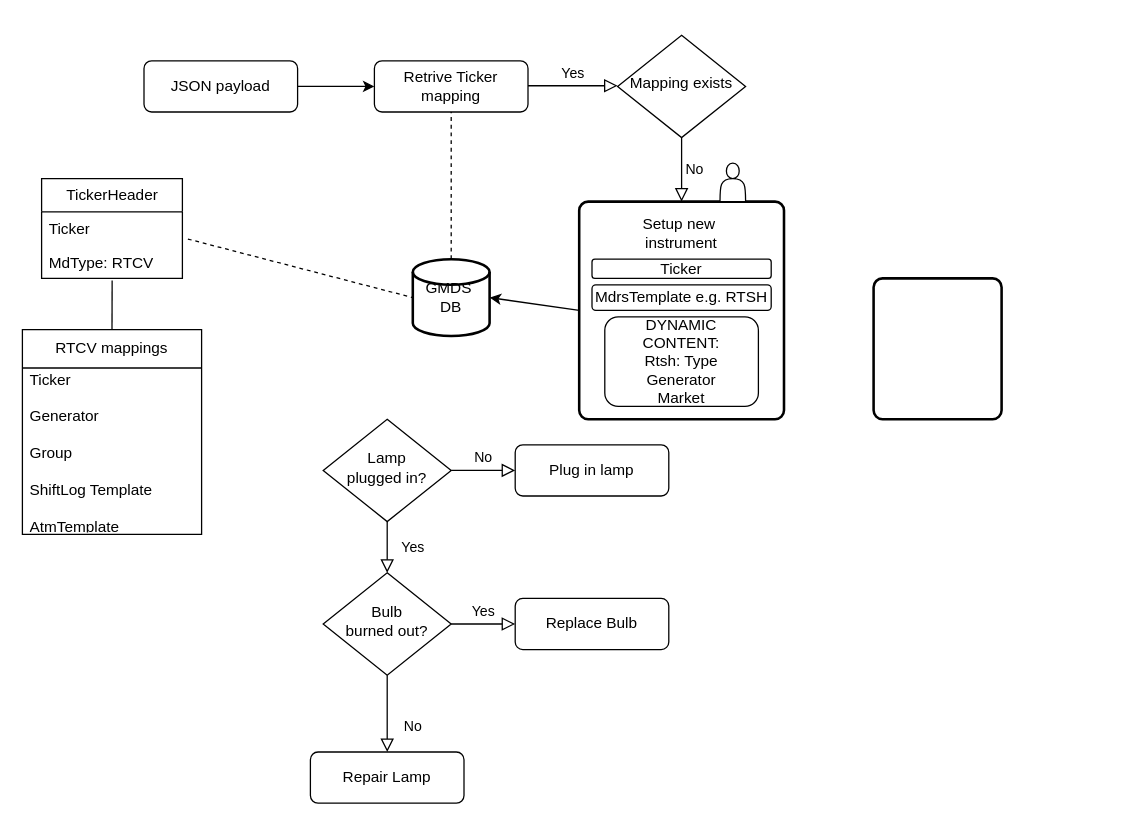
Earlier version of the draw.io diagram Untitled Diagram.drawio (abrzyski92/Test1). Source tidied: cells renumbered, new cells numbered last; positions are measured from the earlier drawing's top-left corner, leaving out a move shared by most shapes. Both pictures are drawn from the tidied source at 128%, with x=0, y=0 at pixel (22, 35).
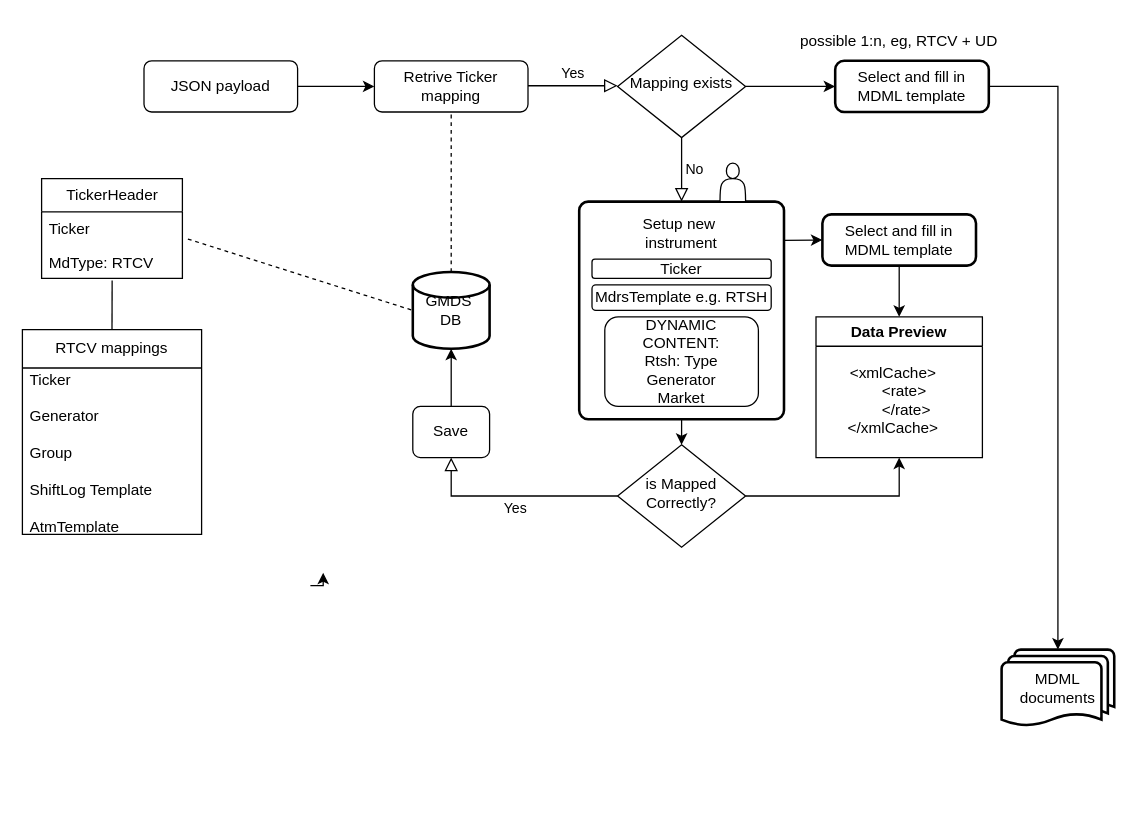
Above is the later version.

Commit message:
mdml_dataflow_diagram

The change refers to these unchanged cells:
```xml
<mxCell id="13" style="rounded=1;whiteSpace=wrap;html=1;absoluteArcSize=1;arcSize=14;strokeWidth=2;align=center;" parent="1" vertex="1">
  <mxGeometry x="435" y="130" width="160" height="170" as="geometry" />
</mxCell>
<mxCell id="17" value="Mapping exists" style="rhombus;whiteSpace=wrap;html=1;shadow=0;fontFamily=Helvetica;fontSize=12;align=center;strokeWidth=1;spacing=6;spacingTop=-4;" parent="1" vertex="1">
  <mxGeometry x="465" width="100" height="80" as="geometry" />
</mxCell>
```

Diff of the diagram source:
```diff
@@
-    <mxCell id="4" value="Yes" style="rounded=0;html=1;jettySize=auto;fontSize=11;endArrow=block;endFill=0;endSize=8;strokeWidth=1;shadow=0;labelBackgroundColor=none;edgeStyle=orthogonalEdgeStyle;" parent="1" edge="1" source="6" target="10">
-      <mxGeometry y="20" relative="1" as="geometry" />
-    </mxCell>
-    <mxCell id="5" value="No" style="edgeStyle=orthogonalEdgeStyle;rounded=0;html=1;jettySize=auto;fontSize=11;endArrow=block;endFill=0;endSize=8;strokeWidth=1;shadow=0;labelBackgroundColor=none;" parent="1" edge="1" source="6" target="7">
-      <mxGeometry y="10" relative="1" as="geometry" />
-    </mxCell>
-    <mxCell id="6" value="Lamp&lt;br&gt;plugged in?" style="rhombus;whiteSpace=wrap;html=1;shadow=0;fontFamily=Helvetica;fontSize=12;align=center;strokeWidth=1;spacing=6;spacingTop=-4;" parent="1" vertex="1">
-      <mxGeometry x="235" y="300" width="100" height="80" as="geometry" />
-    </mxCell>
-    <mxCell id="7" value="Plug in lamp" style="rounded=1;whiteSpace=wrap;html=1;fontSize=12;glass=0;strokeWidth=1;shadow=0;" parent="1" vertex="1">
-      <mxGeometry x="385" y="320" width="120" height="40" as="geometry" />
-    </mxCell>
-    <mxCell id="8" value="No" style="rounded=0;html=1;jettySize=auto;fontSize=11;endArrow=block;endFill=0;endSize=8;strokeWidth=1;shadow=0;labelBackgroundColor=none;edgeStyle=orthogonalEdgeStyle;" parent="1" edge="1" source="10" target="11">
-      <mxGeometry x="0.33" y="20" relative="1" as="geometry" />
-    </mxCell>
-    <mxCell id="9" value="Yes" style="edgeStyle=orthogonalEdgeStyle;rounded=0;html=1;jettySize=auto;fontSize=11;endArrow=block;endFill=0;endSize=8;strokeWidth=1;shadow=0;labelBackgroundColor=none;" parent="1" edge="1" source="10" target="12">
-      <mxGeometry y="10" relative="1" as="geometry" />
-    </mxCell>
-    <mxCell id="10" value="Bulb&lt;br&gt;burned out?" style="rhombus;whiteSpace=wrap;html=1;shadow=0;fontFamily=Helvetica;fontSize=12;align=center;strokeWidth=1;spacing=6;spacingTop=-4;" parent="1" vertex="1">
-      <mxGeometry x="235" y="420" width="100" height="80" as="geometry" />
-    </mxCell>
-    <mxCell id="11" value="Repair Lamp" style="rounded=1;whiteSpace=wrap;html=1;fontSize=12;glass=0;strokeWidth=1;shadow=0;" parent="1" vertex="1">
-      <mxGeometry x="225" y="560" width="120" height="40" as="geometry" />
-    </mxCell>
-    <mxCell id="12" value="Replace Bulb" style="rounded=1;whiteSpace=wrap;html=1;fontSize=12;glass=0;strokeWidth=1;shadow=0;" parent="1" vertex="1">
-      <mxGeometry x="385" y="440" width="120" height="40" as="geometry" />
-    </mxCell>
+    <mxCell id="34" style="edgeStyle=orthogonalEdgeStyle;rounded=0;orthogonalLoop=1;jettySize=auto;html=1;exitX=0.5;exitY=0;exitDx=0;exitDy=0;" parent="1" edge="1">
+      <mxGeometry relative="1" as="geometry">
+        <mxPoint x="225" y="430" as="sourcePoint" />
+        <mxPoint x="235" y="420" as="targetPoint" />
+      </mxGeometry>
+    </mxCell>
+    <mxCell id="35" style="edgeStyle=orthogonalEdgeStyle;rounded=0;jettySize=auto;html=1;exitX=0.5;exitY=1;exitDx=0;exitDy=0;entryX=0.5;entryY=0;entryDx=0;entryDy=0;" parent="1" edge="1" source="13" target="44">
+      <mxGeometry relative="1" as="geometry" />
+    </mxCell>
@@
     <mxCell id="14" value="GMDS&amp;nbsp;&lt;div&gt;DB&lt;/div&gt;" style="strokeWidth=2;html=1;shape=mxgraph.flowchart.database;whiteSpace=wrap;" parent="1" vertex="1">
-      <mxGeometry x="305" y="175" width="60" height="60" as="geometry" />
+      <mxGeometry x="305" y="185" width="60" height="60" as="geometry" />
     </mxCell>
@@
+    <mxCell id="36" style="edgeStyle=orthogonalEdgeStyle;rounded=0;jettySize=auto;html=1;exitX=1;exitY=0.5;exitDx=0;exitDy=0;" parent="1" edge="1" source="17" target="21">
+      <mxGeometry relative="1" as="geometry" />
+    </mxCell>
@@
-    <mxCell id="21" style="rounded=1;whiteSpace=wrap;html=1;absoluteArcSize=1;arcSize=14;strokeWidth=2;" parent="1" vertex="1">
-      <mxGeometry x="665" y="190" width="100" height="110" as="geometry" />
+    <mxCell id="21" value="Select and fill in MDML template" style="rounded=1;whiteSpace=wrap;html=1;absoluteArcSize=1;arcSize=14;strokeWidth=2;" parent="1" vertex="1">
+      <mxGeometry x="635" y="20" width="120" height="40" as="geometry" />
     </mxCell>
@@
-    <mxCell id="33" style="endArrow=classic;html=1;rounded=0;entryX=1;entryY=0.5;entryDx=0;entryDy=0;entryPerimeter=0;exitX=0;exitY=0.5;exitDx=0;exitDy=0;" parent="1" edge="1" source="13" target="14">
-      <mxGeometry relative="1" as="geometry" />
-    </mxCell>
+    <mxCell id="37" value="possible 1:n, eg, RTCV + UD" style="text;html=1;align=center;verticalAlign=middle;whiteSpace=wrap;rounded=0;" parent="1" vertex="1">
+      <mxGeometry x="605" y="-10" width="160" height="30" as="geometry" />
+    </mxCell>
+    <mxCell id="38" value="Select and fill in MDML template" style="rounded=1;whiteSpace=wrap;html=1;absoluteArcSize=1;arcSize=14;strokeWidth=2;" parent="1" vertex="1">
+      <mxGeometry x="625" y="140" width="120" height="40" as="geometry" />
+    </mxCell>
+    <mxCell id="39" style="endArrow=classic;html=1;rounded=0;entryX=0;entryY=0.5;entryDx=0;entryDy=0;exitX=0.999;exitY=0.178;exitDx=0;exitDy=0;exitPerimeter=0;" parent="1" edge="1" source="13" target="38">
+      <mxGeometry relative="1" as="geometry" />
+    </mxCell>
+    <mxCell id="40" value="Data Preview" style="swimlane;whiteSpace=wrap;html=1;" parent="1" vertex="1">
+      <mxGeometry x="620" y="220" width="130" height="110" as="geometry" />
+    </mxCell>
+    <mxCell id="41" value="&lt;span style=&quot;text-align: left; text-wrap-mode: wrap;&quot;&gt;&amp;lt;xmlCache&amp;gt;&lt;/span&gt;&lt;div style=&quot;text-align: left; text-wrap-mode: wrap;&quot;&gt;&lt;span style=&quot;white-space: pre;&quot;&gt;&#9;&lt;/span&gt;&amp;lt;rate&amp;gt;&lt;/div&gt;&lt;div style=&quot;text-align: left; text-wrap-mode: wrap;&quot;&gt;&lt;span style=&quot;white-space: pre;&quot;&gt;&#9;&lt;/span&gt;&amp;lt;/rate&amp;gt;&lt;br&gt;&amp;lt;/xmlCache&amp;gt;&lt;/div&gt;" style="text;html=1;align=center;verticalAlign=middle;strokeColor=none;fillColor=none;" parent="40" vertex="1">
+      <mxGeometry x="15" y="30" width="90" height="70" as="geometry" />
+    </mxCell>
+    <mxCell id="42" style="endArrow=classic;html=1;rounded=0;exitX=0.5;exitY=1;exitDx=0;exitDy=0;entryX=0.5;entryY=0;entryDx=0;entryDy=0;" parent="1" edge="1" source="38" target="40">
+      <mxGeometry relative="1" as="geometry" />
+    </mxCell>
+    <mxCell id="43" style="edgeStyle=orthogonalEdgeStyle;rounded=0;jettySize=auto;html=1;exitX=1;exitY=0.5;exitDx=0;exitDy=0;entryX=0.5;entryY=1;entryDx=0;entryDy=0;" parent="1" edge="1" source="44" target="40">
+      <mxGeometry relative="1" as="geometry" />
+    </mxCell>
+    <mxCell id="44" value="is Mapped Correctly?" style="rhombus;whiteSpace=wrap;html=1;shadow=0;fontFamily=Helvetica;fontSize=12;align=center;strokeWidth=1;spacing=6;spacingTop=-4;" parent="1" vertex="1">
+      <mxGeometry x="465" y="320" width="100" height="80" as="geometry" />
+    </mxCell>
+    <mxCell id="45" value="Yes" style="edgeStyle=orthogonalEdgeStyle;rounded=0;html=1;jettySize=auto;fontSize=11;endArrow=block;endFill=0;endSize=8;strokeWidth=1;shadow=0;labelBackgroundColor=none;exitX=0;exitY=0.5;exitDx=0;exitDy=0;entryX=0.5;entryY=1;entryDx=0;entryDy=0;" parent="1" edge="1" source="44" target="46">
+      <mxGeometry y="10" relative="1" as="geometry">
+        <Array as="points">
+          <mxPoint x="335" y="360" />
+        </Array>
+      </mxGeometry>
+    </mxCell>
+    <mxCell id="46" value="Save" style="rounded=1;whiteSpace=wrap;html=1;fontSize=12;glass=0;strokeWidth=1;shadow=0;" parent="1" vertex="1">
+      <mxGeometry x="305" y="290" width="60" height="40" as="geometry" />
+    </mxCell>
+    <mxCell id="47" style="edgeStyle=orthogonalEdgeStyle;rounded=0;jettySize=auto;html=1;exitX=0.5;exitY=0;exitDx=0;exitDy=0;entryX=0.5;entryY=1;entryDx=0;entryDy=0;entryPerimeter=0;" parent="1" edge="1" source="46" target="14">
+      <mxGeometry relative="1" as="geometry" />
+    </mxCell>
+    <mxCell id="48" value="MDML documents" style="strokeWidth=2;html=1;shape=mxgraph.flowchart.multi-document;whiteSpace=wrap;" parent="1" vertex="1">
+      <mxGeometry x="765" y="480" width="88" height="60" as="geometry" />
+    </mxCell>
+    <mxCell id="49" style="edgeStyle=orthogonalEdgeStyle;rounded=0;jettySize=auto;html=1;exitX=1;exitY=0.5;exitDx=0;exitDy=0;entryX=0.5;entryY=0;entryDx=0;entryDy=0;entryPerimeter=0;" parent="1" edge="1" source="21" target="48">
+      <mxGeometry relative="1" as="geometry" />
+    </mxCell>
```
